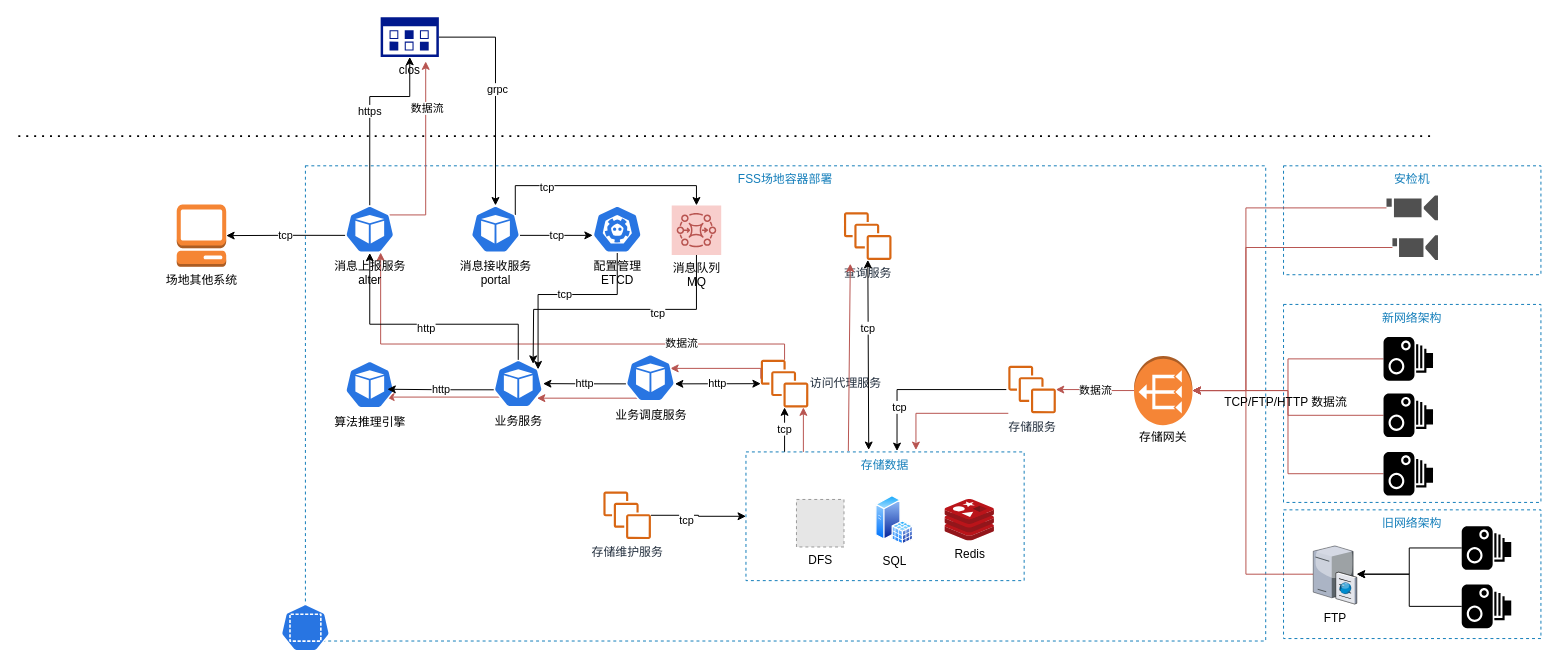
xwkeke/MyGit keeps this draw.io diagram as 标准架构.drawio. Above is the earlier version. Source tidied: cells renumbered, new cells numbered last; positions are measured from the earlier drawing's top-left corner, leaving out a move shared by most shapes. Both pictures are drawn from the tidied source at 99%, with x=0, y=0 at pixel (18, 17). Pictures stored in the file or linked from it are replaced by grey dashed boxes.
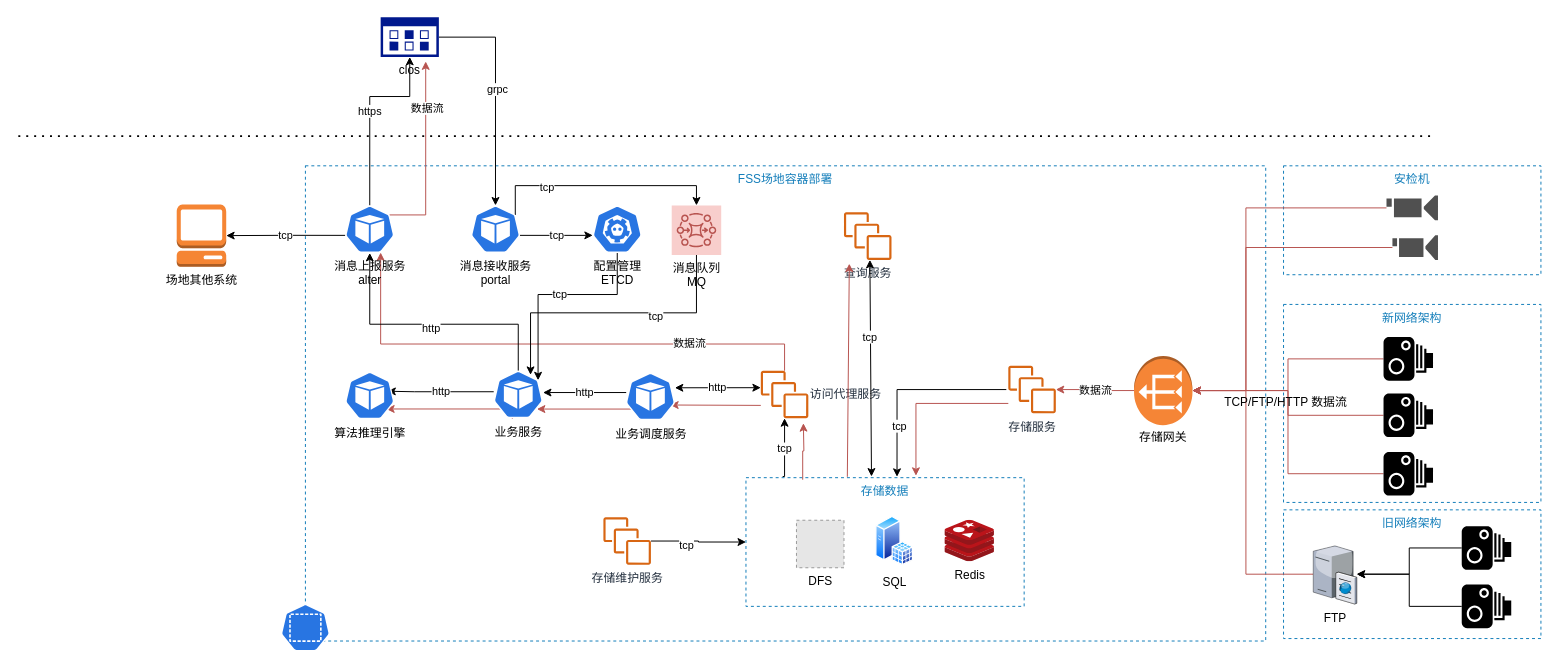
The same page after the edit.

Unchanged cells that the change refers to:
```xml
<mxCell id="30" value="存储服务" style="outlineConnect=0;fontColor=#232F3E;gradientColor=none;fillColor=#D86613;strokeColor=none;dashed=0;verticalLabelPosition=bottom;verticalAlign=top;align=center;html=1;fontSize=12;fontStyle=0;shape=mxgraph.aws4.instances;" parent="1" vertex="1">
  <mxGeometry x="1000" y="352" width="48" height="48" as="geometry" />
</mxCell>
<mxCell id="53" value="消息队列&lt;br&gt;MQ" style="points=[[0,0,0],[0.25,0,0],[0.5,0,0],[0.75,0,0],[1,0,0],[0,1,0],[0.25,1,0],[0.5,1,0],[0.75,1,0],[1,1,0],[0,0.25,0],[0,0.5,0],[0,0.75,0],[1,0.25,0],[1,0.5,0],[1,0.75,0]];outlineConnect=0;gradientDirection=north;dashed=0;verticalLabelPosition=bottom;verticalAlign=top;align=center;html=1;fontSize=12;fontStyle=0;shape=mxgraph.aws4.resourceIcon;resIcon=mxgraph.aws4.mq;strokeColor=#b85450;fillColor=#f8cecc;" parent="1" vertex="1">
  <mxGeometry x="660" y="190" width="50" height="50" as="geometry" />
</mxCell>
<mxCell id="66" value="查询服务" style="outlineConnect=0;fontColor=#232F3E;gradientColor=none;fillColor=#D86613;strokeColor=none;dashed=0;verticalLabelPosition=bottom;verticalAlign=top;align=center;html=1;fontSize=12;fontStyle=0;shape=mxgraph.aws4.instances;" parent="1" vertex="1">
  <mxGeometry x="834" y="197" width="48" height="48" as="geometry" />
</mxCell>
```

What changed in the source:
```diff
@@
+    <mxCell id="51" value="存储数据" style="fillColor=none;strokeColor=#147EBA;dashed=1;verticalAlign=top;fontStyle=0;fontColor=#147EBA;" parent="1" vertex="1">
+      <mxGeometry x="735" y="465" width="281" height="130" as="geometry" />
+    </mxCell>
@@
     <mxCell id="29" style="edgeStyle=orthogonalEdgeStyle;rounded=0;jettySize=auto;html=1;entryX=0.611;entryY=-0.015;entryDx=0;entryDy=0;entryPerimeter=0;fillColor=#f8cecc;strokeColor=#b85450;" parent="1" edge="1" source="30" target="51">
       <mxGeometry relative="1" as="geometry">
         <Array as="points">
-          <mxPoint x="907" y="400" />
+          <mxPoint x="907" y="390" />
         </Array>
       </mxGeometry>
     </mxCell>
@@
     <mxCell id="31" value="Redis" style="html=1;align=center;image;fontSize=12;image=img/lib/mscae/Cache_Redis_Product.svg;strokeColor=#6C8EBF;fillColor=#2875E2;" parent="1" vertex="1">
-      <mxGeometry x="936" y="487" width="50" height="42" as="geometry" />
+      <mxGeometry x="936" y="508" width="50" height="42" as="geometry" />
     </mxCell>
     <mxCell id="32" value="SQL" style="perimeter=ellipsePerimeter;html=1;align=center;shadow=0;dashed=0;spacingTop=3;image;image=img/lib/active_directory/sql_server.svg;strokeColor=#6C8EBF;fillColor=#2875E2;" parent="1" vertex="1">
-      <mxGeometry x="866" y="483" width="38.5" height="50" as="geometry" />
+      <mxGeometry x="866" y="504" width="38.5" height="50" as="geometry" />
     </mxCell>
     <mxCell id="33" value="DFS" style="fillColor=#E6E6E6;strokeColor=#999999;dashed=1;html=1;verticalAlign=top;verticalLabelPosition=bottom;labelBackgroundColor=#ffffff;" parent="1" vertex="1">
-      <mxGeometry x="786" y="487" width="48" height="48" as="geometry" />
+      <mxGeometry x="786" y="508" width="48" height="48" as="geometry" />
     </mxCell>
@@
     <mxCell id="40" value="访问代理服务" style="outlineConnect=0;fontColor=#232F3E;gradientColor=none;fillColor=#D86613;strokeColor=none;dashed=0;verticalLabelPosition=middle;verticalAlign=middle;align=left;html=1;fontSize=12;fontStyle=0;shape=mxgraph.aws4.instances;labelPosition=right;" parent="1" vertex="1">
-      <mxGeometry x="750" y="346" width="48" height="48" as="geometry" />
+      <mxGeometry x="750" y="357" width="48" height="48" as="geometry" />
     </mxCell>
@@
-    <mxCell id="45" style="edgeStyle=orthogonalEdgeStyle;rounded=0;jettySize=auto;html=1;exitX=0.5;exitY=1;exitDx=0;exitDy=0;exitPerimeter=0;strokeColor=#000000;" parent="1" edge="1" source="53">
-      <mxGeometry relative="1" as="geometry">
-        <mxPoint x="520" y="350" as="targetPoint" />
-      </mxGeometry>
+    <mxCell id="45" style="edgeStyle=orthogonalEdgeStyle;rounded=0;jettySize=auto;html=1;exitX=0.5;exitY=1;exitDx=0;exitDy=0;exitPerimeter=0;strokeColor=#000000;entryX=0.748;entryY=0.086;entryDx=0;entryDy=0;entryPerimeter=0;" parent="1" edge="1" source="53" target="57">
+      <mxGeometry relative="1" as="geometry" />
     </mxCell>
@@
-    <mxCell id="47" value="tcp" style="edgeStyle=orthogonalEdgeStyle;rounded=0;jettySize=auto;html=1;strokeColor=#000000;" parent="1" edge="1" target="40">
+    <mxCell id="47" value="tcp" style="edgeStyle=orthogonalEdgeStyle;rounded=0;jettySize=auto;html=1;strokeColor=#000000;exitX=0.132;exitY=-0.009;exitDx=0;exitDy=0;exitPerimeter=0;" parent="1" edge="1" source="51" target="40">
       <mxGeometry relative="1" as="geometry">
-        <mxPoint x="774" y="439" as="sourcePoint" />
         <Array as="points">
-          <mxPoint x="774" y="439" />
+          <mxPoint x="774" y="464" />
         </Array>
       </mxGeometry>
     </mxCell>
-    <mxCell id="48" style="edgeStyle=orthogonalEdgeStyle;rounded=0;orthogonalLoop=1;jettySize=auto;html=1;strokeColor=#b85450;fillColor=#f8cecc;" parent="1" edge="1">
+    <mxCell id="48" style="edgeStyle=orthogonalEdgeStyle;rounded=0;jettySize=auto;html=1;strokeColor=#b85450;fillColor=#f8cecc;exitX=0.204;exitY=0.016;exitDx=0;exitDy=0;exitPerimeter=0;" parent="1" edge="1" source="51">
       <mxGeometry relative="1" as="geometry">
-        <mxPoint x="793" y="439" as="sourcePoint" />
-        <mxPoint x="793" y="394" as="targetPoint" />
-        <Array as="points">
-          <mxPoint x="793" y="439" />
-        </Array>
+        <mxPoint x="793" y="410" as="targetPoint" />
       </mxGeometry>
     </mxCell>
-    <mxCell id="49" value="http" style="endArrow=classic;startArrow=classic;html=1;strokeColor=#000000;exitX=0.995;exitY=0.63;exitDx=0;exitDy=0;exitPerimeter=0;" parent="1" edge="1" source="61" target="40">
-      <mxGeometry relative="1" as="geometry" />
+    <mxCell id="49" value="http" style="endArrow=classic;startArrow=classic;html=1;strokeColor=#000000;exitX=0.995;exitY=0.63;exitDx=0;exitDy=0;exitPerimeter=0;" parent="1" edge="1">
+      <mxGeometry relative="1" as="geometry">
+        <mxPoint x="663.2" y="374.2" as="sourcePoint" />
+        <mxPoint x="750" y="374.1" as="targetPoint" />
+      </mxGeometry>
     </mxCell>
-    <mxCell id="50" style="edgeStyle=orthogonalEdgeStyle;rounded=0;orthogonalLoop=1;jettySize=auto;html=1;strokeColor=#b85450;fillColor=#f8cecc;entryX=0.9;entryY=0.2;entryDx=0;entryDy=0;entryPerimeter=0;exitX=0;exitY=0.292;exitDx=0;exitDy=0;exitPerimeter=0;" parent="1" edge="1">
+    <mxCell id="50" style="edgeStyle=orthogonalEdgeStyle;rounded=0;orthogonalLoop=1;jettySize=auto;html=1;strokeColor=#b85450;fillColor=#f8cecc;entryX=0.9;entryY=0.2;entryDx=0;entryDy=0;entryPerimeter=0;" parent="1" edge="1">
       <mxGeometry relative="1" as="geometry">
-        <mxPoint x="750" y="365" as="sourcePoint" />
-        <mxPoint x="658.5" y="354.6" as="targetPoint" />
+        <mxPoint x="750" y="392" as="sourcePoint" />
+        <mxPoint x="658.5" y="391.6" as="targetPoint" />
         <Array as="points">
-          <mxPoint x="750" y="355" />
+          <mxPoint x="750" y="392" />
         </Array>
       </mxGeometry>
     </mxCell>
-    <mxCell id="51" value="存储数据" style="fillColor=none;strokeColor=#147EBA;dashed=1;verticalAlign=top;fontStyle=0;fontColor=#147EBA;" parent="1" vertex="1">
-      <mxGeometry x="735" y="439" width="281" height="130" as="geometry" />
-    </mxCell>
@@
     <mxCell id="56" style="edgeStyle=orthogonalEdgeStyle;rounded=0;orthogonalLoop=1;jettySize=auto;html=1;exitX=0.28;exitY=0.99;exitDx=0;exitDy=0;exitPerimeter=0;entryX=0.732;entryY=0.763;entryDx=0;entryDy=0;entryPerimeter=0;strokeColor=#b85450;fillColor=#f8cecc;" parent="1" edge="1">
-      <mxGeometry x="-70" y="-890" as="geometry">
-        <mxPoint x="499" y="393.5" as="sourcePoint" />
-        <mxPoint x="371.6" y="383.6" as="targetPoint" />
+      <mxGeometry x="-70" y="-878" as="geometry">
+        <mxPoint x="499" y="405.5" as="sourcePoint" />
+        <mxPoint x="371.6" y="395.6" as="targetPoint" />
         <Array as="points">
-          <mxPoint x="499" y="384" />
+          <mxPoint x="499" y="396" />
         </Array>
       </mxGeometry>
     </mxCell>
     <mxCell id="57" value="业务服务" style="html=1;dashed=0;whitespace=wrap;fillColor=#2875E2;strokeColor=#ffffff;points=[[0.005,0.63,0],[0.1,0.2,0],[0.9,0.2,0],[0.5,0,0],[0.995,0.63,0],[0.72,0.99,0],[0.5,1,0],[0.28,0.99,0]];shape=mxgraph.kubernetes.icon;prIcon=pod;labelPosition=center;verticalLabelPosition=bottom;align=center;verticalAlign=top;" parent="1" vertex="1">
-      <mxGeometry x="480" y="346" width="50" height="48" as="geometry" />
+      <mxGeometry x="480" y="357" width="50" height="48" as="geometry" />
     </mxCell>
-    <mxCell id="58" value="算法推理引擎" style="html=1;dashed=0;whitespace=wrap;fillColor=#2875E2;strokeColor=#ffffff;points=[[0.005,0.63,0],[0.1,0.2,0],[0.9,0.2,0],[0.5,0,0],[0.995,0.63,0],[0.72,0.99,0],[0.5,1,0],[0.28,0.99,0]];shape=mxgraph.kubernetes.icon;prIcon=pod;labelPosition=center;verticalLabelPosition=bottom;align=center;verticalAlign=top;" parent="1" vertex="1">
-      <mxGeometry x="330" y="347" width="50" height="48" as="geometry" />
-    </mxCell>
-    <mxCell id="59" value="http" style="edgeStyle=orthogonalEdgeStyle;rounded=0;jettySize=auto;html=1;exitX=0.005;exitY=0.63;exitDx=0;exitDy=0;exitPerimeter=0;entryX=0.856;entryY=0.598;entryDx=0;entryDy=0;entryPerimeter=0;" parent="1" edge="1" source="57" target="58">
-      <mxGeometry x="-210" y="-890" as="geometry" />
+    <mxCell id="59" value="http" style="edgeStyle=orthogonalEdgeStyle;rounded=0;orthogonalLoop=1;jettySize=auto;html=1;exitX=0.005;exitY=0.63;exitDx=0;exitDy=0;exitPerimeter=0;entryX=0.856;entryY=0.598;entryDx=0;entryDy=0;entryPerimeter=0;" parent="1" edge="1">
+      <mxGeometry x="-210" y="-888" as="geometry">
+        <mxPoint x="480.2" y="378.2" as="sourcePoint" />
+        <mxPoint x="372.8" y="377.7" as="targetPoint" />
+        <Array as="points">
+          <mxPoint x="400" y="378" />
+          <mxPoint x="400" y="378" />
+        </Array>
+      </mxGeometry>
     </mxCell>
     <mxCell id="60" style="edgeStyle=orthogonalEdgeStyle;rounded=0;jettySize=auto;html=1;exitX=0.28;exitY=0.99;exitDx=0;exitDy=0;exitPerimeter=0;entryX=0.877;entryY=0.806;entryDx=0;entryDy=0;entryPerimeter=0;strokeColor=#b85450;fillColor=#f8cecc;" parent="1" edge="1" source="61" target="57">
-      <mxGeometry x="-70" y="-890" as="geometry">
+      <mxGeometry x="-70" y="-879" as="geometry">
         <Array as="points">
-          <mxPoint x="627" y="385" />
+          <mxPoint x="627" y="396" />
         </Array>
       </mxGeometry>
     </mxCell>
     <mxCell id="61" value="业务调度服务" style="html=1;dashed=0;whitespace=wrap;fillColor=#2875E2;strokeColor=#ffffff;points=[[0.005,0.63,0],[0.1,0.2,0],[0.9,0.2,0],[0.5,0,0],[0.995,0.63,0],[0.72,0.99,0],[0.5,1,0],[0.28,0.99,0]];shape=mxgraph.kubernetes.icon;prIcon=pod;labelPosition=center;verticalLabelPosition=bottom;align=center;verticalAlign=top;" parent="1" vertex="1">
-      <mxGeometry x="613.5" y="340" width="50" height="48" as="geometry" />
+      <mxGeometry x="613.5" y="359" width="50" height="48" as="geometry" />
     </mxCell>
-    <mxCell id="62" value="http" style="edgeStyle=orthogonalEdgeStyle;rounded=0;jettySize=auto;html=1;exitX=0.005;exitY=0.63;exitDx=0;exitDy=0;exitPerimeter=0;" parent="1" edge="1" source="61" target="57">
-      <mxGeometry x="-210" y="-890" as="geometry" />
+    <mxCell id="62" value="http" style="edgeStyle=orthogonalEdgeStyle;rounded=0;orthogonalLoop=1;jettySize=auto;html=1;" parent="1" edge="1">
+      <mxGeometry x="-210" y="-889" as="geometry">
+        <mxPoint x="614" y="379" as="sourcePoint" />
+        <mxPoint x="530" y="379" as="targetPoint" />
+        <Array as="points">
+          <mxPoint x="530" y="379" />
+        </Array>
+      </mxGeometry>
     </mxCell>
     <mxCell id="63" style="edgeStyle=orthogonalEdgeStyle;rounded=0;jettySize=auto;html=1;entryX=0;entryY=0.5;entryDx=0;entryDy=0;" parent="1" edge="1" source="65" target="51">
-      <mxGeometry x="-70" y="-890" as="geometry" />
+      <mxGeometry x="-70" y="-878" as="geometry" />
     </mxCell>
@@
     <mxCell id="65" value="存储维护服务" style="outlineConnect=0;fontColor=#232F3E;gradientColor=none;fillColor=#D86613;strokeColor=none;dashed=0;verticalLabelPosition=bottom;verticalAlign=top;align=center;html=1;fontSize=12;fontStyle=0;shape=mxgraph.aws4.instances;" parent="1" vertex="1">
-      <mxGeometry x="591" y="479" width="48" height="48" as="geometry" />
+      <mxGeometry x="591" y="505" width="48" height="48" as="geometry" />
     </mxCell>
@@
-    <mxCell id="76" style="endArrow=classic;startArrow=classic;html=1;strokeColor=#000000;" parent="1" edge="1" target="66">
-      <mxGeometry x="-70" y="-890" as="geometry">
-        <mxPoint x="859" y="437" as="sourcePoint" />
+    <mxCell id="76" style="endArrow=classic;startArrow=classic;html=1;strokeColor=#000000;exitX=0.444;exitY=-0.009;exitDx=0;exitDy=0;exitPerimeter=0;" parent="1" edge="1">
+      <mxGeometry x="-68" y="-890" as="geometry">
+        <mxPoint x="861.8" y="463.8" as="sourcePoint" />
+        <mxPoint x="860.2" y="245" as="targetPoint" />
       </mxGeometry>
     </mxCell>
@@
-    <mxCell id="78" style="endArrow=classic;html=1;strokeColor=#b85450;exitX=0.368;exitY=-0.007;exitDx=0;exitDy=0;exitPerimeter=0;entryX=0.133;entryY=1.08;entryDx=0;entryDy=0;entryPerimeter=0;fillColor=#f8cecc;" parent="1" edge="1" source="51" target="66">
-      <mxGeometry relative="1" as="geometry" />
+    <mxCell id="78" style="endArrow=classic;html=1;strokeColor=#b85450;exitX=0.368;exitY=-0.007;exitDx=0;exitDy=0;exitPerimeter=0;entryX=0.133;entryY=1.08;entryDx=0;entryDy=0;entryPerimeter=0;fillColor=#f8cecc;" parent="1" edge="1">
+      <mxGeometry relative="1" as="geometry">
+        <mxPoint x="837.4" y="464.1" as="sourcePoint" />
+        <mxPoint x="839.4" y="248.8" as="targetPoint" />
+      </mxGeometry>
     </mxCell>
+    <mxCell id="58" value="算法推理引擎" style="html=1;dashed=0;whitespace=wrap;fillColor=#2875E2;strokeColor=#ffffff;points=[[0.005,0.63,0],[0.1,0.2,0],[0.9,0.2,0],[0.5,0,0],[0.995,0.63,0],[0.72,0.99,0],[0.5,1,0],[0.28,0.99,0]];shape=mxgraph.kubernetes.icon;prIcon=pod;labelPosition=center;verticalLabelPosition=bottom;align=center;verticalAlign=top;" parent="1" vertex="1">
+      <mxGeometry x="330" y="358" width="50" height="48" as="geometry" />
+    </mxCell>
```
